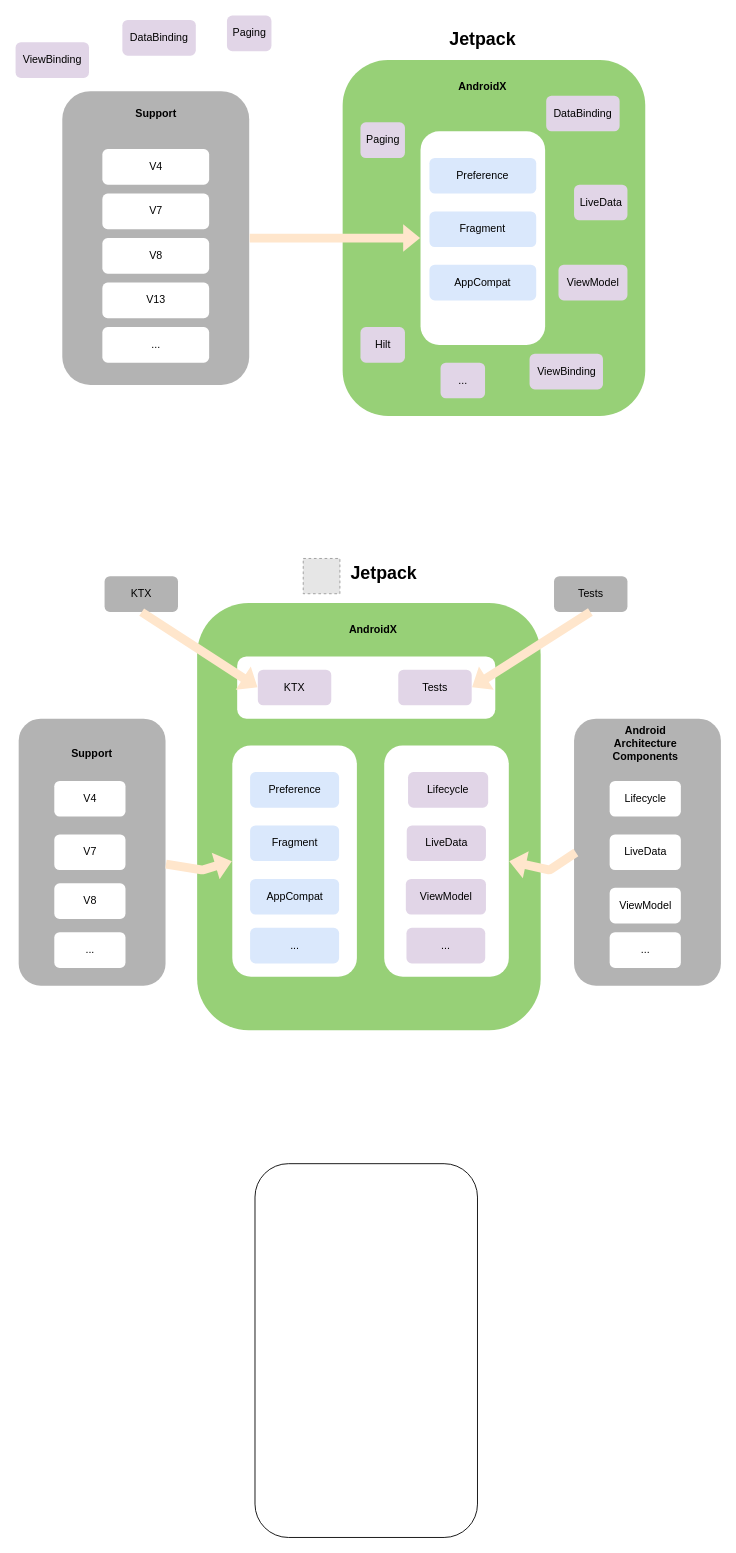
Earlier version of the draw.io diagram Untitled Diagram.drawio (ellisonchan/MineGraph). Source tidied: cells renumbered, new cells numbered last; positions are measured from the earlier drawing's top-left corner, leaving out a move shared by most shapes. Both pictures are drawn from the tidied source at 89%, with x=0, y=0 at pixel (15, 15). Pictures stored in the file or linked from it are replaced by grey dashed boxes.
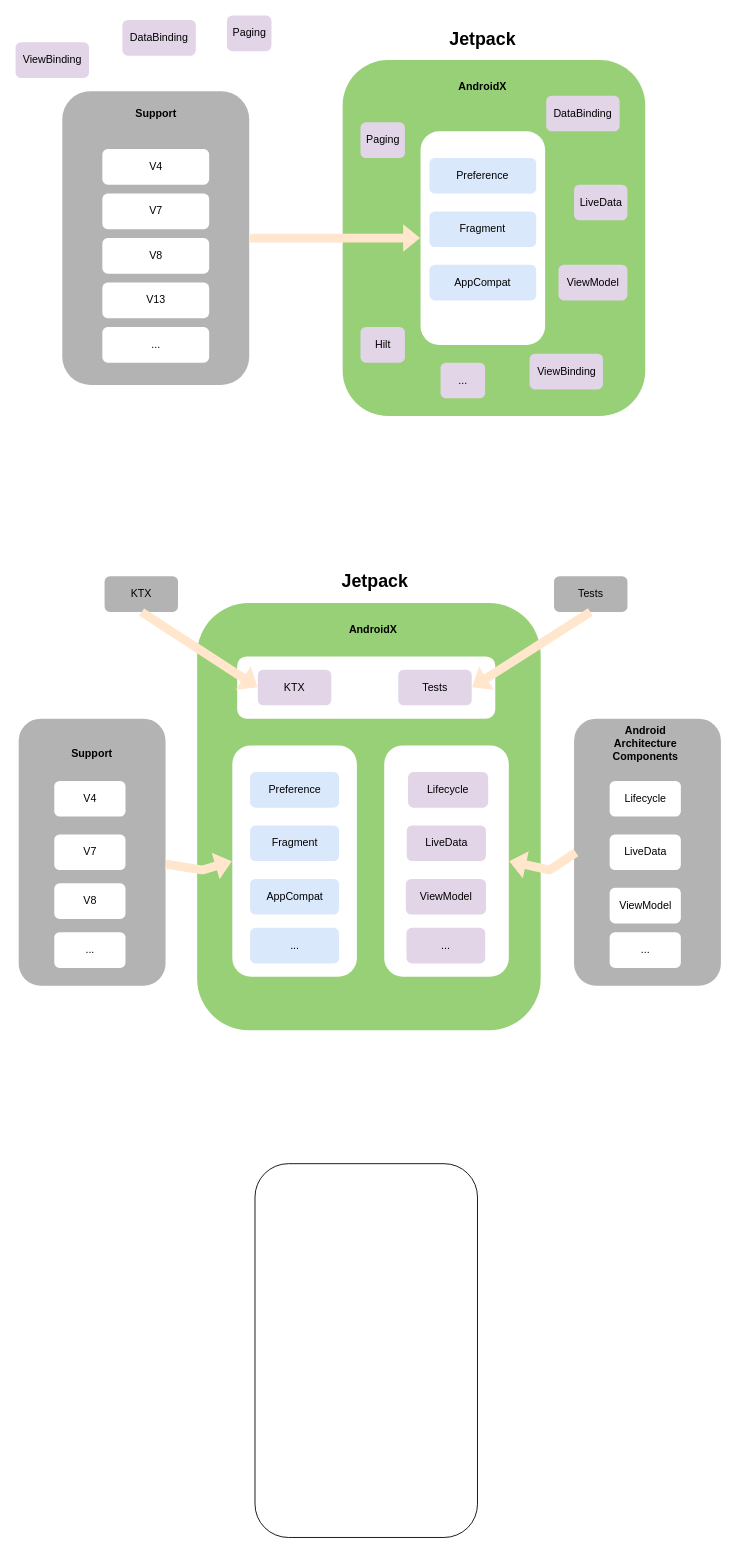
Above is the later version.

Change to the diagram source:
```diff
@@
     <mxCell id="45" value="&lt;b&gt;&lt;font style=&quot;font-size: 20px&quot;&gt;Jetpack&lt;/font&gt;&lt;/b&gt;" style="rounded=1;whiteSpace=wrap;html=1;strokeColor=none;fillColor=none;" parent="1" vertex="1">
-      <mxGeometry x="364.5" y="610" width="97.5" height="30" as="geometry" />
+      <mxGeometry x="354.8" y="620" width="97.5" height="30" as="geometry" />
     </mxCell>
@@
-    <mxCell id="58" style="fillColor=#E6E6E6;strokeColor=#999999;dashed=1;verticalLabelPosition=bottom;labelBackgroundColor=#ffffff;verticalAlign=top;" parent="1" vertex="1">
-      <mxGeometry x="323.2" y="610" width="41.2" height="39.6" as="geometry" />
-    </mxCell>
```
